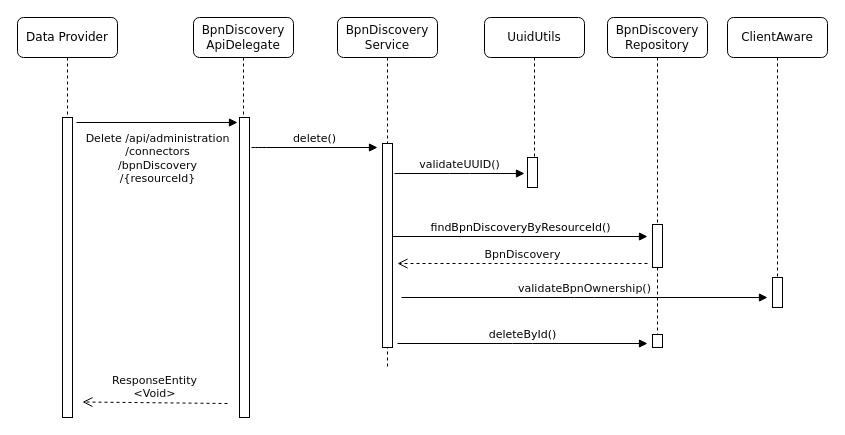
The draw.io diagram docs/media/drawings/DeleteEntry_BD.drawio in eclipse-tractusx/sldt-bpn-discovery, before the edit. Source tidied: cells renumbered, new cells numbered last; positions are measured from the earlier drawing's top-left corner, leaving out a move shared by most shapes. Both pictures are drawn from the tidied source at 100%, with x=0, y=0 at pixel (17, 17).
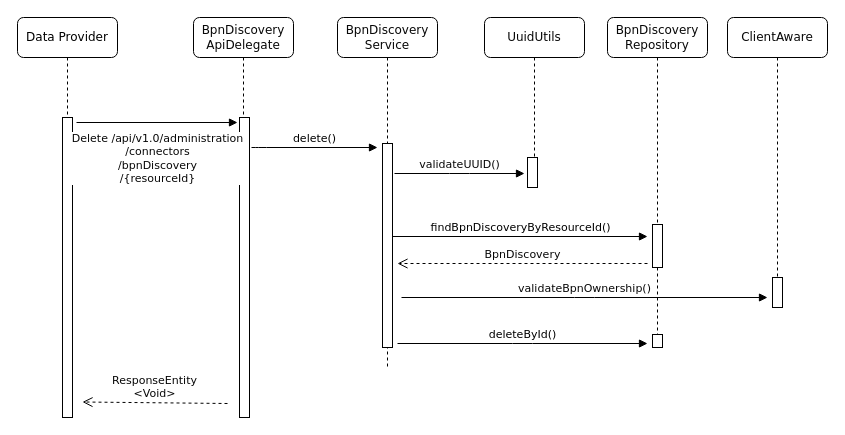
Above is the later version.

Change to the diagram source:
```diff
@@
-    <mxCell id="14" value="&lt;div style=&quot;background-color: rgb(255, 255, 255); color: rgb(8, 8, 8); font-size: 11px;&quot;&gt;&lt;font style=&quot;font-size: 11px;&quot; face=&quot;Verdana&quot;&gt;Delete /api/administration&lt;/font&gt;&lt;/div&gt;&lt;div style=&quot;background-color: rgb(255, 255, 255); color: rgb(8, 8, 8); font-size: 11px;&quot;&gt;&lt;font style=&quot;font-size: 11px;&quot; face=&quot;Verdana&quot;&gt;/connectors&lt;/font&gt;&lt;/div&gt;&lt;div style=&quot;background-color: rgb(255, 255, 255); color: rgb(8, 8, 8); font-size: 11px;&quot;&gt;&lt;font style=&quot;font-size: 11px;&quot; face=&quot;Verdana&quot;&gt;/bpnDiscovery&lt;/font&gt;&lt;/div&gt;&lt;div style=&quot;background-color: rgb(255, 255, 255); color: rgb(8, 8, 8); font-size: 11px;&quot;&gt;&lt;font style=&quot;font-size: 11px;&quot; face=&quot;Verdana&quot;&gt;/{resourceId}&lt;/font&gt;&lt;/div&gt;" style="html=1;verticalAlign=bottom;endArrow=block;labelBackgroundColor=none;fontFamily=Verdana;fontSize=12;edgeStyle=elbowEdgeStyle;elbow=vertical;" parent="1" edge="1">
+    <mxCell id="14" value="&lt;div style=&quot;background-color: rgb(255, 255, 255); color: rgb(8, 8, 8); font-size: 11px;&quot;&gt;&lt;font style=&quot;font-size: 11px;&quot; face=&quot;Verdana&quot;&gt;Delete /api/v1.0/administration&lt;/font&gt;&lt;/div&gt;&lt;div style=&quot;background-color: rgb(255, 255, 255); color: rgb(8, 8, 8); font-size: 11px;&quot;&gt;&lt;font style=&quot;font-size: 11px;&quot; face=&quot;Verdana&quot;&gt;/connectors&lt;/font&gt;&lt;/div&gt;&lt;div style=&quot;background-color: rgb(255, 255, 255); color: rgb(8, 8, 8); font-size: 11px;&quot;&gt;&lt;font style=&quot;font-size: 11px;&quot; face=&quot;Verdana&quot;&gt;/bpnDiscovery&lt;/font&gt;&lt;/div&gt;&lt;div style=&quot;background-color: rgb(255, 255, 255); color: rgb(8, 8, 8); font-size: 11px;&quot;&gt;&lt;font style=&quot;font-size: 11px;&quot; face=&quot;Verdana&quot;&gt;/{resourceId}&lt;/font&gt;&lt;/div&gt;" style="html=1;verticalAlign=bottom;endArrow=block;labelBackgroundColor=none;fontFamily=Verdana;fontSize=12;edgeStyle=elbowEdgeStyle;elbow=vertical;" parent="1" edge="1">
       <mxGeometry y="-65" relative="1" as="geometry">
         <mxPoint x="59" y="105" as="sourcePoint" />
         <mxPoint x="220" y="105" as="targetPoint" />
       </mxGeometry>
     </mxCell>
```
